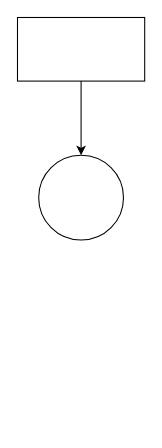
This is test.drawio from lytree/diagrams, a draw.io file, before an edit. Source tidied: cells renumbered, new cells numbered last; positions are measured from the earlier drawing's top-left corner, leaving out a move shared by most shapes. Both pictures are drawn from the tidied source at 106%, with x=0, y=0 at pixel (17, 17).
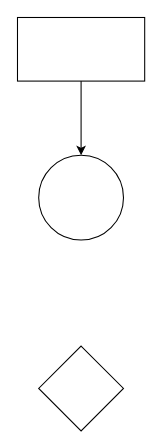
The same page after the edit.

The edit, as a diff of the source:
```diff
@@
 <mxGraphModel>
   <root>
     <mxCell id="0" />
     <mxCell id="1" parent="0" />
     <mxCell id="2" style="edgeStyle=orthogonalEdgeStyle;rounded=0;jettySize=auto;html=1;" parent="1" edge="1" source="3" target="4">
       <mxGeometry relative="1" as="geometry" />
     </mxCell>
     <mxCell id="3" style="rounded=0;whiteSpace=wrap;html=1;" parent="1" vertex="1">
       <mxGeometry width="120" height="60" as="geometry" />
     </mxCell>
     <mxCell id="4" style="ellipse;whiteSpace=wrap;html=1;" parent="1" vertex="1">
       <mxGeometry x="20" y="130" width="80" height="80" as="geometry" />
     </mxCell>
+    <mxCell id="5" style="rhombus;whiteSpace=wrap;html=1;" parent="1" vertex="1">
+      <mxGeometry x="20" y="310" width="80" height="80" as="geometry" />
+    </mxCell>
   </root>
 </mxGraphModel>
```
